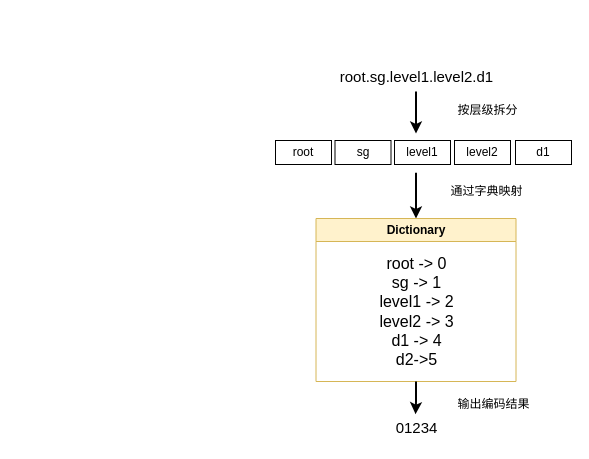
Earlier version of the draw.io diagram 设计图/设备编码过程.drawio (THUMarkLau/thuthesis). Source tidied: cells renumbered, new cells numbered last; positions are measured from the earlier drawing's top-left corner, leaving out a move shared by most shapes. Both pictures are drawn from the tidied source at 100%, with x=0, y=0 at pixel (275, 61).
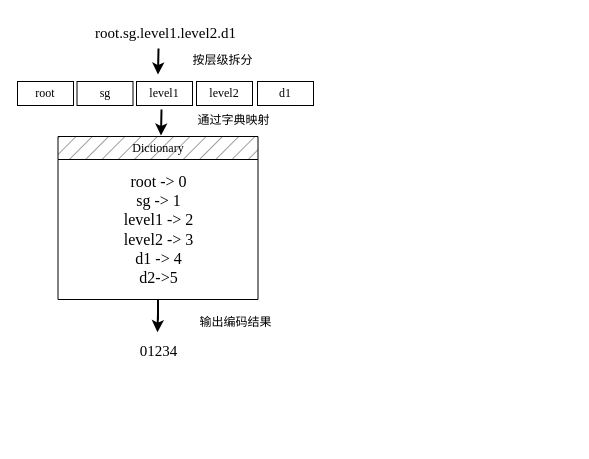
The same diagram, later.

What changed in the source:
```diff
@@
-    <mxCell id="2" style="edgeStyle=orthogonalEdgeStyle;rounded=0;jettySize=auto;html=1;strokeWidth=2;startArrow=classic;startFill=1;endArrow=none;endFill=0;" parent="1" edge="1" source="3">
-      <mxGeometry relative="1" as="geometry">
-        <mxPoint x="140.5" y="111.3" as="targetPoint" />
-      </mxGeometry>
-    </mxCell>
-    <mxCell id="3" value="Dictionary" style="swimlane;whiteSpace=wrap;html=1;fillColor=#fff2cc;strokeColor=#d6b656;" parent="1" vertex="1">
-      <mxGeometry x="40.5" y="157" width="200" height="163" as="geometry" />
+    <mxCell id="3" value="&lt;span style=&quot;font-weight: normal;&quot;&gt;Dictionary&lt;/span&gt;" style="swimlane;whiteSpace=wrap;html=1;fillColor=#000000;strokeColor=#000000;fontFamily=Times New Roman;fillStyle=hatch;strokeOpacity=100;fillOpacity=50;" parent="1" vertex="1">
+      <mxGeometry x="-217.5" y="75" width="200" height="163" as="geometry" />
     </mxCell>
-    <mxCell id="4" value="&lt;font style=&quot;font-size: 16px;&quot;&gt;root -&amp;gt; 0&lt;br&gt;sg -&amp;gt; 1&lt;br&gt;level1 -&amp;gt; 2&lt;br&gt;level2 -&amp;gt; 3&lt;br&gt;d1 -&amp;gt; 4&lt;br&gt;d2-&amp;gt;5&lt;br&gt;&lt;/font&gt;" style="text;html=1;align=center;verticalAlign=middle;strokeColor=none;fillColor=none;" parent="3" vertex="1">
-      <mxGeometry x="54" y="29" width="92" height="127" as="geometry" />
+    <mxCell id="4" value="&lt;font style=&quot;font-size: 16px;&quot;&gt;root -&amp;gt; 0&lt;br&gt;sg -&amp;gt; 1&lt;br&gt;level1 -&amp;gt; 2&lt;br&gt;level2 -&amp;gt; 3&lt;br&gt;d1 -&amp;gt; 4&lt;br&gt;d2-&amp;gt;5&lt;br&gt;&lt;/font&gt;" style="text;html=1;align=center;verticalAlign=middle;strokeColor=none;fillColor=none;fontFamily=Times New Roman;" parent="3" vertex="1">
+      <mxGeometry x="57" y="29" width="87" height="127" as="geometry" />
     </mxCell>
-    <mxCell id="5" value="&lt;font style=&quot;font-size: 15px;&quot;&gt;01234&lt;/font&gt;" style="text;html=1;align=center;verticalAlign=middle;points=[];strokeColor=none;fillColor=none;" parent="1" vertex="1">
-      <mxGeometry x="110.5" y="351" width="60" height="30" as="geometry" />
+    <mxCell id="5" value="&lt;font style=&quot;font-size: 15px;&quot;&gt;01234&lt;/font&gt;" style="text;html=1;align=center;verticalAlign=middle;points=[];strokeColor=none;fillColor=none;fontFamily=Times New Roman;" parent="1" vertex="1">
+      <mxGeometry x="-145.5" y="274" width="56" height="30" as="geometry" />
     </mxCell>
-    <mxCell id="6" style="edgeStyle=orthogonalEdgeStyle;rounded=0;jettySize=auto;html=1;strokeWidth=2;" parent="1" edge="1" source="7">
+    <mxCell id="6" style="edgeStyle=orthogonalEdgeStyle;rounded=0;orthogonalLoop=1;jettySize=auto;html=1;strokeWidth=2;fontFamily=Times New Roman;" parent="1" edge="1">
       <mxGeometry relative="1" as="geometry">
-        <mxPoint x="140.5" y="72" as="targetPoint" />
+        <mxPoint x="-117" y="-13" as="sourcePoint" />
+        <mxPoint x="-117.5" y="13" as="targetPoint" />
       </mxGeometry>
     </mxCell>
-    <mxCell id="7" value="&lt;font style=&quot;font-size: 15px;&quot;&gt;root.sg.level1.level2.d1&lt;/font&gt;" style="text;html=1;align=center;verticalAlign=middle;points=[];strokeColor=none;fillColor=none;" parent="1" vertex="1">
-      <mxGeometry x="55" width="171" height="30" as="geometry" />
+    <mxCell id="7" value="&lt;font style=&quot;font-size: 15px;&quot;&gt;root.sg.level1.level2.d1&lt;/font&gt;" style="text;html=1;align=center;verticalAlign=middle;points=[];strokeColor=none;fillColor=none;fontFamily=Times New Roman;" parent="1" vertex="1">
+      <mxGeometry x="-189.5" y="-44" width="159" height="30" as="geometry" />
     </mxCell>
-    <mxCell id="8" style="group;" parent="1" vertex="1">
-      <mxGeometry y="79" width="296" height="24" as="geometry" />
+    <mxCell id="8" style="group;fontFamily=Times New Roman;" parent="1" vertex="1">
+      <mxGeometry x="-258" y="20" width="296" height="24" as="geometry" />
     </mxCell>
-    <mxCell id="9" value="root" style="rounded=0;whiteSpace=wrap;html=1;" parent="8" vertex="1">
+    <mxCell id="9" value="root" style="rounded=0;whiteSpace=wrap;html=1;fontFamily=Times New Roman;" parent="8" vertex="1">
       <mxGeometry width="56" height="24" as="geometry" />
     </mxCell>
-    <mxCell id="10" value="sg" style="rounded=0;whiteSpace=wrap;html=1;" parent="8" vertex="1">
+    <mxCell id="10" value="sg" style="rounded=0;whiteSpace=wrap;html=1;fontFamily=Times New Roman;" parent="8" vertex="1">
       <mxGeometry x="59.5" width="56" height="24" as="geometry" />
     </mxCell>
-    <mxCell id="11" value="level1" style="rounded=0;whiteSpace=wrap;html=1;" parent="8" vertex="1">
+    <mxCell id="11" value="level1" style="rounded=0;whiteSpace=wrap;html=1;fontFamily=Times New Roman;" parent="8" vertex="1">
       <mxGeometry x="119" width="56" height="24" as="geometry" />
     </mxCell>
-    <mxCell id="12" value="level2" style="rounded=0;whiteSpace=wrap;html=1;" parent="8" vertex="1">
+    <mxCell id="12" value="level2" style="rounded=0;whiteSpace=wrap;html=1;fontFamily=Times New Roman;" parent="8" vertex="1">
       <mxGeometry x="179" width="56" height="24" as="geometry" />
     </mxCell>
-    <mxCell id="13" value="d1" style="rounded=0;whiteSpace=wrap;html=1;" parent="8" vertex="1">
+    <mxCell id="13" value="d1" style="rounded=0;whiteSpace=wrap;html=1;fontFamily=Times New Roman;" parent="8" vertex="1">
       <mxGeometry x="240" width="56" height="24" as="geometry" />
     </mxCell>
-    <mxCell id="14" value="按层级拆分" style="text;html=1;align=center;verticalAlign=middle;strokeColor=none;fillColor=none;" parent="1" vertex="1">
-      <mxGeometry x="173" y="36" width="78" height="26" as="geometry" />
+    <mxCell id="14" value="按层级拆分" style="text;html=1;align=center;verticalAlign=middle;strokeColor=none;fillColor=none;fontFamily=Times New Roman;" parent="1" vertex="1">
+      <mxGeometry x="-92" y="-14" width="78" height="26" as="geometry" />
     </mxCell>
-    <mxCell id="15" style="edgeStyle=orthogonalEdgeStyle;rounded=0;jettySize=auto;html=1;entryX=0.492;entryY=0.056;entryDx=0;entryDy=0;entryPerimeter=0;strokeWidth=2;" parent="1" edge="1" source="3" target="5">
-      <mxGeometry relative="1" as="geometry" />
+    <mxCell id="15" style="edgeStyle=orthogonalEdgeStyle;rounded=0;jettySize=auto;html=1;entryX=0.492;entryY=0.056;entryDx=0;entryDy=0;entryPerimeter=0;strokeWidth=2;fontFamily=Times New Roman;" parent="1" edge="1" source="3">
+      <mxGeometry relative="1" as="geometry">
+        <mxPoint x="-118" y="270.7" as="targetPoint" />
+      </mxGeometry>
     </mxCell>
-    <mxCell id="16" value="通过字典映射" style="text;html=1;align=center;verticalAlign=middle;strokeColor=none;fillColor=none;" parent="1" vertex="1">
-      <mxGeometry x="166" y="117" width="90" height="26" as="geometry" />
+    <mxCell id="16" value="通过字典映射" style="text;html=1;align=center;verticalAlign=middle;strokeColor=none;fillColor=none;fontFamily=Times New Roman;" parent="1" vertex="1">
+      <mxGeometry x="-87.5" y="46" width="90" height="26" as="geometry" />
     </mxCell>
-    <mxCell id="17" value="输出编码结果" style="text;html=1;align=center;verticalAlign=middle;strokeColor=none;fillColor=none;" parent="1" vertex="1">
-      <mxGeometry x="173" y="330" width="90" height="26" as="geometry" />
+    <mxCell id="17" value="输出编码结果" style="text;html=1;align=center;verticalAlign=middle;strokeColor=none;fillColor=none;fontFamily=Times New Roman;" parent="1" vertex="1">
+      <mxGeometry x="-85" y="248" width="90" height="26" as="geometry" />
     </mxCell>
+    <mxCell id="18" style="edgeStyle=orthogonalEdgeStyle;rounded=0;orthogonalLoop=1;jettySize=auto;html=1;strokeWidth=2;fontFamily=Times New Roman;" parent="1" edge="1">
+      <mxGeometry relative="1" as="geometry">
+        <mxPoint x="-114" y="48" as="sourcePoint" />
+        <mxPoint x="-114.5" y="74" as="targetPoint" />
+      </mxGeometry>
+    </mxCell>
```
